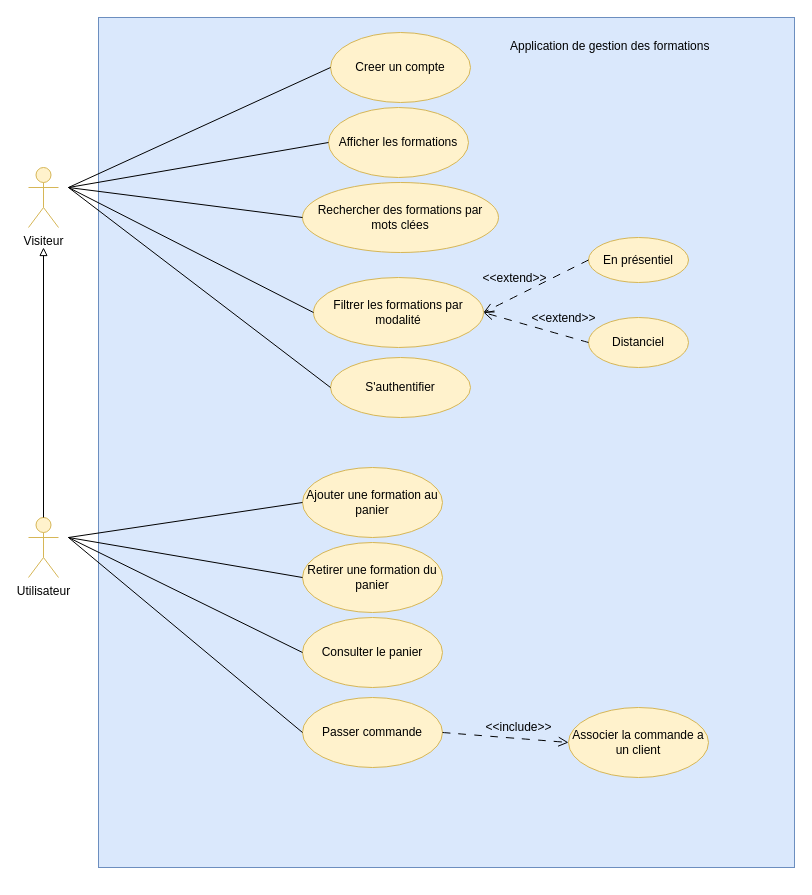
Earlier version of the draw.io diagram docs/use_case/use_case.drawio (SamuelFMS/13_Evaluation_Metier_Java). Source tidied: cells renumbered, new cells numbered last; positions are measured from the earlier drawing's top-left corner, leaving out a move shared by most shapes. Both pictures are drawn from the tidied source at 100%, with x=0, y=0 at pixel (28, 17).
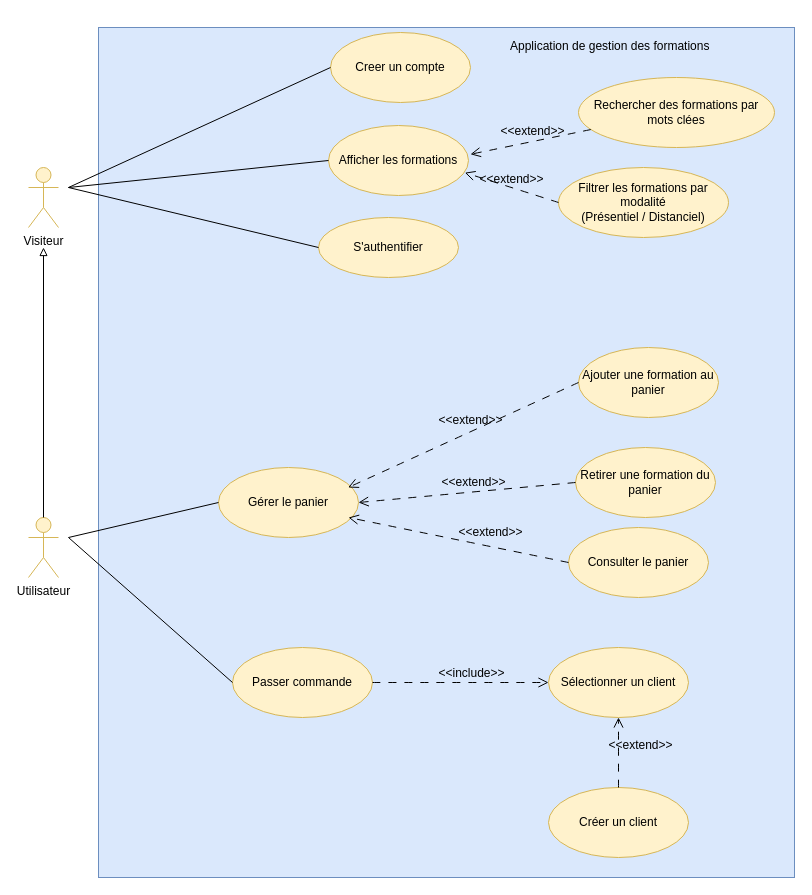
Above is the later version.

Commit message (it also covers changes not shown here):
docs: adapt use case diagram to match the code

Change to the diagram source:
```diff
@@
     <mxCell id="2" style="rounded=0;whiteSpace=wrap;html=1;fillColor=#dae8fc;strokeColor=#6c8ebf;" parent="1" vertex="1">
-      <mxGeometry x="70" width="696" height="850" as="geometry" />
+      <mxGeometry x="70" y="10" width="696" height="850" as="geometry" />
     </mxCell>
@@
     <mxCell id="5" value="&lt;font style=&quot;font-size: 12px;&quot;&gt;Afficher les formations&lt;/font&gt;" style="ellipse;whiteSpace=wrap;html=1;fillColor=#fff2cc;strokeColor=#d6b656;fontSize=10;" parent="1" vertex="1">
-      <mxGeometry x="300" y="90" width="140" height="70" as="geometry" />
+      <mxGeometry x="300" y="108" width="140" height="70" as="geometry" />
     </mxCell>
     <mxCell id="6" value="&lt;font style=&quot;font-size: 12px;&quot;&gt;Rechercher des formations par mots clées&lt;/font&gt;" style="ellipse;whiteSpace=wrap;html=1;fillColor=#fff2cc;strokeColor=#d6b656;fontSize=10;" parent="1" vertex="1">
-      <mxGeometry x="274" y="165" width="196" height="70" as="geometry" />
+      <mxGeometry x="550" y="60" width="196" height="70" as="geometry" />
     </mxCell>
-    <mxCell id="7" value="&lt;font style=&quot;font-size: 12px;&quot;&gt;Filtrer les formations par modalité&lt;/font&gt;" style="ellipse;whiteSpace=wrap;html=1;fillColor=#fff2cc;strokeColor=#d6b656;fontSize=10;" parent="1" vertex="1">
-      <mxGeometry x="285" y="260" width="170" height="70" as="geometry" />
+    <mxCell id="7" value="&lt;font style=&quot;font-size: 12px;&quot;&gt;Filtrer les formations par modalité&lt;/font&gt;&lt;div&gt;&lt;font style=&quot;font-size: 12px;&quot;&gt;(Présentiel / Distanciel)&lt;/font&gt;&lt;/div&gt;" style="ellipse;whiteSpace=wrap;html=1;fillColor=#fff2cc;strokeColor=#d6b656;fontSize=10;" parent="1" vertex="1">
+      <mxGeometry x="530" y="150" width="170" height="70" as="geometry" />
     </mxCell>
-    <mxCell id="8" value="&lt;font style=&quot;font-size: 12px;&quot;&gt;En présentiel&lt;/font&gt;" style="ellipse;whiteSpace=wrap;html=1;fillColor=#fff2cc;strokeColor=#d6b656;fontSize=10;" parent="1" vertex="1">
-      <mxGeometry x="560" y="220" width="100" height="45" as="geometry" />
-    </mxCell>
-    <mxCell id="9" value="&lt;font style=&quot;font-size: 12px;&quot;&gt;Distanciel&lt;/font&gt;" style="ellipse;whiteSpace=wrap;html=1;fillColor=#fff2cc;strokeColor=#d6b656;fontSize=10;" parent="1" vertex="1">
-      <mxGeometry x="560" y="300" width="100" height="50" as="geometry" />
-    </mxCell>
@@
-    <mxCell id="11" style="endArrow=none;html=1;rounded=0;entryX=0;entryY=0.5;entryDx=0;entryDy=0;" parent="1" edge="1" target="6">
-      <mxGeometry relative="1" as="geometry">
-        <mxPoint x="40" y="170" as="sourcePoint" />
-      </mxGeometry>
-    </mxCell>
-    <mxCell id="12" style="endArrow=none;html=1;rounded=0;entryX=0;entryY=0.5;entryDx=0;entryDy=0;" parent="1" edge="1" target="7">
-      <mxGeometry relative="1" as="geometry">
-        <mxPoint x="40" y="170" as="sourcePoint" />
-      </mxGeometry>
-    </mxCell>
-    <mxCell id="13" style="endArrow=open;html=1;rounded=0;fontSize=12;startSize=8;endSize=8;curved=1;dashed=1;entryX=1;entryY=0.5;entryDx=0;entryDy=0;exitX=0;exitY=0.5;exitDx=0;exitDy=0;dashPattern=8 8;endFill=0;" parent="1" edge="1" source="8" target="7">
+    <mxCell id="13" style="endArrow=open;html=1;rounded=0;fontSize=12;startSize=8;endSize=8;curved=1;dashed=1;entryX=0.974;entryY=0.674;entryDx=0;entryDy=0;exitX=0;exitY=0.5;exitDx=0;exitDy=0;dashPattern=8 8;endFill=0;entryPerimeter=0;" parent="1" edge="1" source="7" target="5">
       <mxGeometry relative="1" as="geometry" />
     </mxCell>
     <mxCell id="14" value="&amp;lt;&amp;lt;extend&amp;gt;&amp;gt;" style="edgeLabel;html=1;align=center;verticalAlign=middle;fontSize=12;labelBackgroundColor=none;" parent="13" vertex="1">
       <mxGeometry x="-0.09" y="1" relative="1" as="geometry">
-        <mxPoint x="-28" y="-7" as="offset" />
+        <mxPoint x="-4" y="-11" as="offset" />
       </mxGeometry>
     </mxCell>
-    <mxCell id="15" style="endArrow=open;html=1;rounded=0;fontSize=12;startSize=8;endSize=8;curved=1;dashed=1;entryX=1;entryY=0.5;entryDx=0;entryDy=0;exitX=0;exitY=0.5;exitDx=0;exitDy=0;dashPattern=8 8;endFill=0;" parent="1" edge="1" source="9" target="7">
-      <mxGeometry relative="1" as="geometry" />
-    </mxCell>
-    <mxCell id="16" value="&amp;lt;&amp;lt;extend&amp;gt;&amp;gt;" style="edgeLabel;html=1;align=center;verticalAlign=middle;fontSize=12;labelBackgroundColor=none;" parent="15" vertex="1">
-      <mxGeometry x="-0.09" y="1" relative="1" as="geometry">
-        <mxPoint x="23" y="-12" as="offset" />
-      </mxGeometry>
-    </mxCell>
@@
     <mxCell id="20" value="&lt;font style=&quot;font-size: 12px;&quot;&gt;Ajouter une formation au panier&lt;/font&gt;" style="ellipse;whiteSpace=wrap;html=1;fillColor=#fff2cc;strokeColor=#d6b656;fontSize=10;" parent="1" vertex="1">
-      <mxGeometry x="274" y="450" width="140" height="70" as="geometry" />
+      <mxGeometry x="550" y="330" width="140" height="70" as="geometry" />
     </mxCell>
@@
     <mxCell id="22" value="&lt;font style=&quot;font-size: 12px;&quot;&gt;Retirer une formation du panier&lt;/font&gt;" style="ellipse;whiteSpace=wrap;html=1;fillColor=#fff2cc;strokeColor=#d6b656;fontSize=10;" parent="1" vertex="1">
-      <mxGeometry x="274" y="525" width="140" height="70" as="geometry" />
+      <mxGeometry x="547" y="430" width="140" height="70" as="geometry" />
     </mxCell>
     <mxCell id="23" value="&lt;font style=&quot;font-size: 12px;&quot;&gt;Consulter le panier&lt;/font&gt;" style="ellipse;whiteSpace=wrap;html=1;fillColor=#fff2cc;strokeColor=#d6b656;fontSize=10;" parent="1" vertex="1">
-      <mxGeometry x="274" y="600" width="140" height="70" as="geometry" />
+      <mxGeometry x="540" y="510" width="140" height="70" as="geometry" />
     </mxCell>
     <mxCell id="24" value="&lt;font style=&quot;font-size: 12px;&quot;&gt;Passer commande&lt;/font&gt;" style="ellipse;whiteSpace=wrap;html=1;fillColor=#fff2cc;strokeColor=#d6b656;fontSize=10;" parent="1" vertex="1">
-      <mxGeometry x="274" y="680" width="140" height="70" as="geometry" />
+      <mxGeometry x="204" y="630" width="140" height="70" as="geometry" />
     </mxCell>
-    <mxCell id="25" style="endArrow=none;html=1;rounded=0;entryX=0;entryY=0.5;entryDx=0;entryDy=0;" parent="1" edge="1" target="20">
-      <mxGeometry relative="1" as="geometry">
-        <mxPoint x="40" y="520" as="sourcePoint" />
-      </mxGeometry>
-    </mxCell>
-    <mxCell id="26" style="endArrow=none;html=1;rounded=0;entryX=0;entryY=0.5;entryDx=0;entryDy=0;" parent="1" edge="1" target="22">
-      <mxGeometry relative="1" as="geometry">
-        <mxPoint x="40" y="520" as="sourcePoint" />
-      </mxGeometry>
-    </mxCell>
-    <mxCell id="27" style="endArrow=none;html=1;rounded=0;entryX=0;entryY=0.5;entryDx=0;entryDy=0;" parent="1" edge="1" target="23">
-      <mxGeometry relative="1" as="geometry">
-        <mxPoint x="40" y="520" as="sourcePoint" />
-      </mxGeometry>
-    </mxCell>
-    <mxCell id="28" style="endArrow=none;html=1;rounded=0;entryX=0;entryY=0.5;entryDx=0;entryDy=0;" parent="1" edge="1" target="24">
+    <mxCell id="28" style="endArrow=none;html=1;rounded=0;" parent="1" edge="1">
       <mxGeometry relative="1" as="geometry">
         <mxPoint x="40" y="520" as="sourcePoint" />
+        <mxPoint x="204" y="665" as="targetPoint" />
       </mxGeometry>
     </mxCell>
     <mxCell id="29" value="&lt;font style=&quot;font-size: 12px;&quot;&gt;S'authentifier&lt;/font&gt;" style="ellipse;whiteSpace=wrap;html=1;fillColor=#fff2cc;strokeColor=#d6b656;fontSize=10;" parent="1" vertex="1">
-      <mxGeometry x="302" y="340" width="140" height="60" as="geometry" />
+      <mxGeometry x="290" y="200" width="140" height="60" as="geometry" />
     </mxCell>
@@
-    <mxCell id="31" value="&lt;font style=&quot;font-size: 12px;&quot;&gt;Associer la commande a un client&lt;/font&gt;" style="ellipse;whiteSpace=wrap;html=1;fillColor=#fff2cc;strokeColor=#d6b656;fontSize=10;" parent="1" vertex="1">
-      <mxGeometry x="540" y="690" width="140" height="70" as="geometry" />
+    <mxCell id="31" value="&lt;font style=&quot;font-size: 12px;&quot;&gt;Sélectionner un client&lt;/font&gt;" style="ellipse;whiteSpace=wrap;html=1;fillColor=#fff2cc;strokeColor=#d6b656;fontSize=10;" parent="1" vertex="1">
+      <mxGeometry x="520" y="630" width="140" height="70" as="geometry" />
     </mxCell>
@@
+    <mxCell id="34" style="endArrow=open;html=1;rounded=0;fontSize=12;startSize=8;endSize=8;curved=1;dashed=1;entryX=1.014;entryY=0.411;entryDx=0;entryDy=0;dashPattern=8 8;endFill=0;entryPerimeter=0;" parent="1" edge="1" source="6" target="5">
+      <mxGeometry relative="1" as="geometry" />
+    </mxCell>
+    <mxCell id="35" value="&amp;lt;&amp;lt;extend&amp;gt;&amp;gt;" style="edgeLabel;html=1;align=center;verticalAlign=middle;fontSize=12;labelBackgroundColor=none;" parent="34" vertex="1">
+      <mxGeometry x="-0.09" y="1" relative="1" as="geometry">
+        <mxPoint x="-4" y="-11" as="offset" />
+      </mxGeometry>
+    </mxCell>
+    <mxCell id="36" value="&lt;font style=&quot;font-size: 12px;&quot;&gt;Gérer le panier&lt;/font&gt;" style="ellipse;whiteSpace=wrap;html=1;fillColor=#fff2cc;strokeColor=#d6b656;fontSize=10;" parent="1" vertex="1">
+      <mxGeometry x="190" y="450" width="140" height="70" as="geometry" />
+    </mxCell>
+    <mxCell id="37" style="endArrow=open;html=1;rounded=0;fontSize=12;startSize=8;endSize=8;curved=1;dashed=1;entryX=0.926;entryY=0.286;entryDx=0;entryDy=0;exitX=0;exitY=0.5;exitDx=0;exitDy=0;dashPattern=8 8;endFill=0;entryPerimeter=0;" parent="1" edge="1" source="20" target="36">
+      <mxGeometry relative="1" as="geometry" />
+    </mxCell>
+    <mxCell id="38" value="&amp;lt;&amp;lt;extend&amp;gt;&amp;gt;" style="edgeLabel;html=1;align=center;verticalAlign=middle;fontSize=12;labelBackgroundColor=none;" parent="37" vertex="1">
+      <mxGeometry x="-0.09" y="1" relative="1" as="geometry">
+        <mxPoint x="-4" y="-11" as="offset" />
+      </mxGeometry>
+    </mxCell>
+    <mxCell id="39" style="endArrow=open;html=1;rounded=0;fontSize=12;startSize=8;endSize=8;curved=1;dashed=1;entryX=1;entryY=0.5;entryDx=0;entryDy=0;dashPattern=8 8;endFill=0;exitX=0;exitY=0.5;exitDx=0;exitDy=0;" parent="1" edge="1" source="22" target="36">
+      <mxGeometry relative="1" as="geometry" />
+    </mxCell>
+    <mxCell id="40" value="&amp;lt;&amp;lt;extend&amp;gt;&amp;gt;" style="edgeLabel;html=1;align=center;verticalAlign=middle;fontSize=12;labelBackgroundColor=none;" parent="39" vertex="1">
+      <mxGeometry x="-0.09" y="1" relative="1" as="geometry">
+        <mxPoint x="-4" y="-11" as="offset" />
+      </mxGeometry>
+    </mxCell>
+    <mxCell id="41" style="endArrow=open;html=1;rounded=0;fontSize=12;startSize=8;endSize=8;curved=1;dashed=1;dashPattern=8 8;endFill=0;exitX=0;exitY=0.5;exitDx=0;exitDy=0;" parent="1" edge="1" source="23">
+      <mxGeometry relative="1" as="geometry">
+        <mxPoint x="320" y="500" as="targetPoint" />
+      </mxGeometry>
+    </mxCell>
+    <mxCell id="42" value="&amp;lt;&amp;lt;extend&amp;gt;&amp;gt;" style="edgeLabel;html=1;align=center;verticalAlign=middle;fontSize=12;labelBackgroundColor=none;" parent="41" vertex="1">
+      <mxGeometry x="-0.09" y="1" relative="1" as="geometry">
+        <mxPoint x="22" y="-11" as="offset" />
+      </mxGeometry>
+    </mxCell>
+    <mxCell id="43" style="endArrow=none;html=1;rounded=0;entryX=0;entryY=0.5;entryDx=0;entryDy=0;" parent="1" edge="1" target="36">
+      <mxGeometry relative="1" as="geometry">
+        <mxPoint x="40" y="520" as="sourcePoint" />
+      </mxGeometry>
+    </mxCell>
+    <mxCell id="44" value="&lt;font style=&quot;font-size: 12px;&quot;&gt;Créer un client&lt;/font&gt;" style="ellipse;whiteSpace=wrap;html=1;fillColor=#fff2cc;strokeColor=#d6b656;fontSize=10;" parent="1" vertex="1">
+      <mxGeometry x="520" y="770" width="140" height="70" as="geometry" />
+    </mxCell>
+    <mxCell id="45" style="endArrow=open;html=1;rounded=0;fontSize=12;startSize=8;endSize=8;curved=1;dashed=1;dashPattern=8 8;endFill=0;exitX=0.5;exitY=0;exitDx=0;exitDy=0;entryX=0.5;entryY=1;entryDx=0;entryDy=0;" parent="1" edge="1" source="44" target="31">
+      <mxGeometry relative="1" as="geometry" />
+    </mxCell>
+    <mxCell id="46" value="&amp;lt;&amp;lt;extend&amp;gt;&amp;gt;" style="edgeLabel;html=1;align=center;verticalAlign=middle;fontSize=12;labelBackgroundColor=none;" parent="45" vertex="1">
+      <mxGeometry x="-0.09" y="1" relative="1" as="geometry">
+        <mxPoint x="22" y="-11" as="offset" />
+      </mxGeometry>
+    </mxCell>
```
